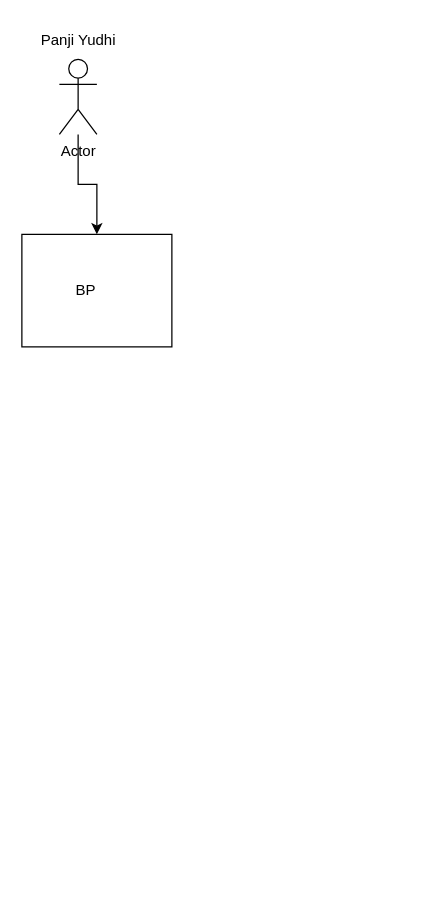
The draw.io diagram Untitled Diagram.drawio in Tintapen/diagram, before the edit. Source tidied: cells renumbered, new cells numbered last; positions are measured from the earlier drawing's top-left corner, leaving out a move shared by most shapes. Both pictures are drawn from the tidied source at 125%, with x=0, y=0 at pixel (21, 21).
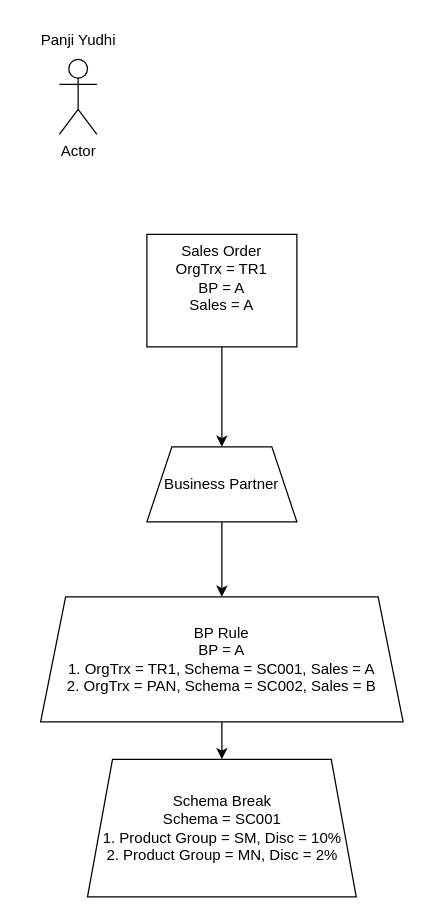
The same page after the edit.

Change to the diagram source:
```diff
@@
 <mxGraphModel>
   <root>
     <mxCell id="0" />
     <mxCell id="1" parent="0" />
-    <mxCell id="2" style="edgeStyle=orthogonalEdgeStyle;rounded=0;jettySize=auto;html=1;" parent="1" edge="1" source="3" target="5">
-      <mxGeometry relative="1" as="geometry" />
-    </mxCell>
     <mxCell id="3" value="Actor" style="shape=umlActor;verticalLabelPosition=bottom;verticalAlign=top;html=1;outlineConnect=0;" parent="1" vertex="1">
       <mxGeometry x="30" y="30" width="30" height="60" as="geometry" />
     </mxCell>
     <mxCell id="4" value="Panji Yudhi" style="text;html=1;align=center;verticalAlign=middle;whiteSpace=wrap;rounded=0;" parent="1" vertex="1">
       <mxGeometry x="7.5" width="75" height="30" as="geometry" />
     </mxCell>
+    <mxCell id="7" style="edgeStyle=orthogonalEdgeStyle;rounded=0;jettySize=auto;html=1;" parent="1" edge="1" source="5">
+      <mxGeometry relative="1" as="geometry">
+        <mxPoint x="160" y="340" as="targetPoint" />
+      </mxGeometry>
+    </mxCell>
-    <mxCell id="5" style="whiteSpace=wrap;html=1;verticalAlign=top;" parent="1" vertex="1">
-      <mxGeometry y="170" width="120" height="90" as="geometry" />
+    <mxCell id="5" value="Sales Order&lt;br&gt;OrgTrx = TR1&lt;br&gt;BP = A&lt;div&gt;Sales = A&lt;/div&gt;" style="whiteSpace=wrap;html=1;verticalAlign=top;" parent="1" vertex="1">
+      <mxGeometry x="100" y="170" width="120" height="90" as="geometry" />
     </mxCell>
-    <mxCell id="6" value="BP&amp;nbsp;" style="text;html=1;align=center;verticalAlign=middle;whiteSpace=wrap;rounded=0;" parent="1" vertex="1">
-      <mxGeometry x="23" y="200" width="60" height="30" as="geometry" />
-    </mxCell>
+    <mxCell id="8" style="edgeStyle=orthogonalEdgeStyle;rounded=0;jettySize=auto;html=1;" parent="1" edge="1" source="9" target="11">
+      <mxGeometry relative="1" as="geometry" />
+    </mxCell>
+    <mxCell id="9" value="Business Partner" style="shape=trapezoid;perimeter=trapezoidPerimeter;whiteSpace=wrap;html=1;fixedSize=1;" parent="1" vertex="1">
+      <mxGeometry x="100" y="340" width="120" height="60" as="geometry" />
+    </mxCell>
+    <mxCell id="10" style="edgeStyle=orthogonalEdgeStyle;rounded=0;jettySize=auto;html=1;" parent="1" edge="1" source="11" target="12">
+      <mxGeometry relative="1" as="geometry" />
+    </mxCell>
+    <mxCell id="11" value="BP Rule&lt;br&gt;BP = A&lt;br&gt;1. OrgTrx = TR1, Schema = SC001, Sales = A&lt;br&gt;2. OrgTrx = PAN, Schema = SC002, Sales = B" style="shape=trapezoid;perimeter=trapezoidPerimeter;whiteSpace=wrap;html=1;fixedSize=1;" parent="1" vertex="1">
+      <mxGeometry x="15" y="460" width="290" height="100" as="geometry" />
+    </mxCell>
+    <mxCell id="12" value="Schema Break&lt;br&gt;Schema = SC001&lt;br&gt;1. Product Group = SM, Disc = 10%&lt;br&gt;2. Product Group = MN, Disc = 2%" style="shape=trapezoid;perimeter=trapezoidPerimeter;whiteSpace=wrap;html=1;fixedSize=1;" parent="1" vertex="1">
+      <mxGeometry x="52.5" y="590" width="215" height="110" as="geometry" />
+    </mxCell>
   </root>
 </mxGraphModel>
```
